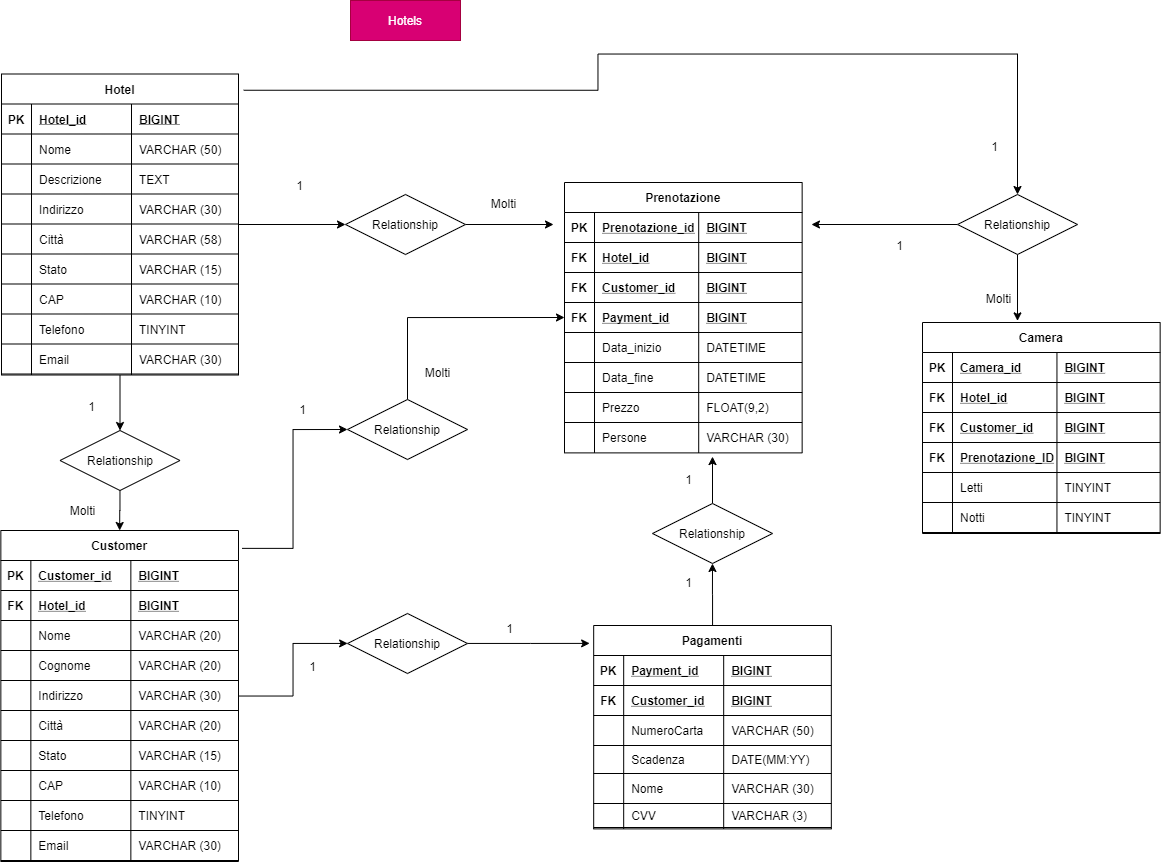
This is hotels-diagram.png from andreadau/db-first, a draw.io export, as it was before one commit. Source tidied: cells renumbered, new cells last; positions are measured from the earlier drawing's top-left corner, leaving out a move shared by most shapes.
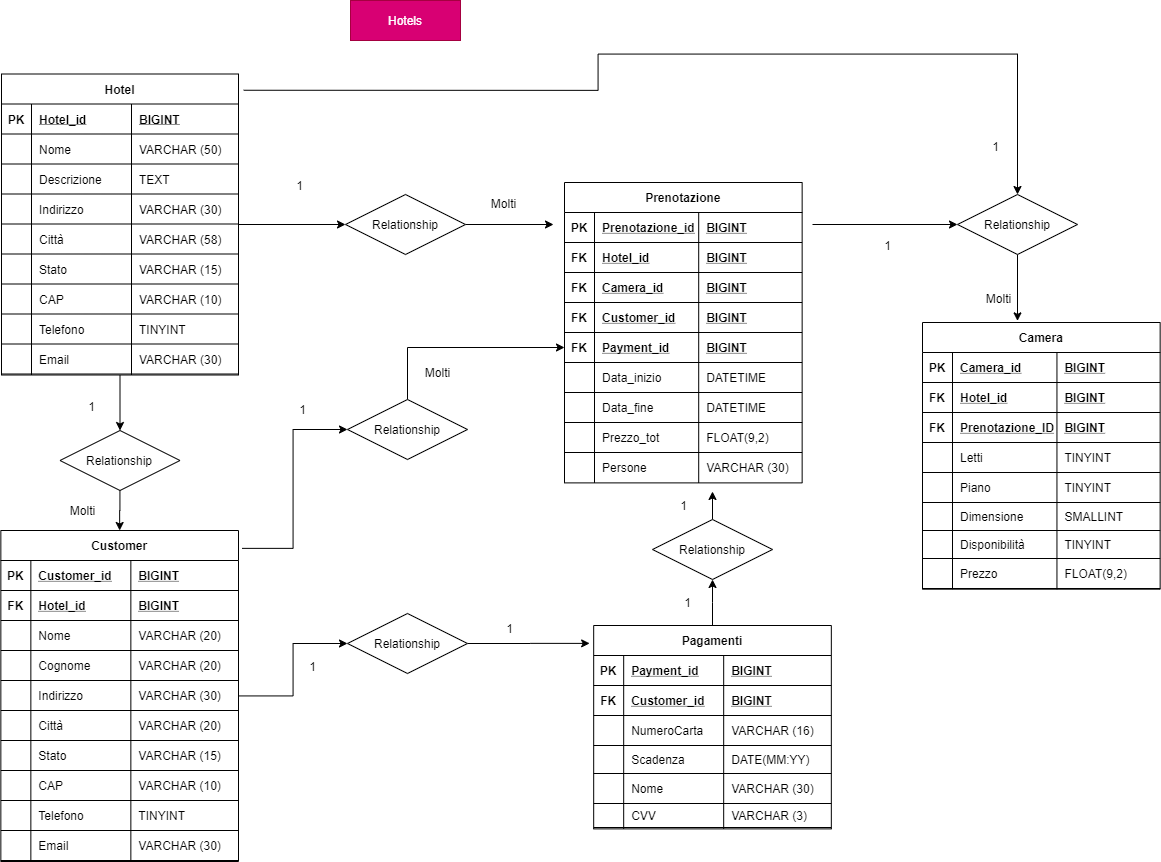
After the change.

Commit message:
Hotel DB Diagram !ADD!

Diff of the diagram source:
```diff
@@ -293,7 +293,7 @@
     <mxCell id="98" value="NumeroCarta" style="shape=partialRectangle;fillColor=none;top=0;left=0;bottom=0;right=0;align=left;spacingLeft=6;overflow=hidden;" parent="96" vertex="1">
       <mxGeometry x="30" width="100" height="30" as="geometry" />
     </mxCell>
-    <mxCell id="99" value="VARCHAR (50)" style="shape=partialRectangle;fillColor=none;top=0;left=0;bottom=0;right=0;align=left;spacingLeft=6;overflow=hidden;" parent="96" vertex="1">
+    <mxCell id="99" value="VARCHAR (16)" style="shape=partialRectangle;fillColor=none;top=0;left=0;bottom=0;right=0;align=left;spacingLeft=6;overflow=hidden;" parent="96" vertex="1">
       <mxGeometry x="130" width="107.6" height="30" as="geometry" />
     </mxCell>
     <mxCell id="100" style="shape=partialRectangle;fillColor=none;top=1;left=0;bottom=1;right=0;" parent="87" vertex="1">
@@ -333,7 +333,7 @@
       <mxGeometry x="130" width="107.6" height="24" as="geometry" />
     </mxCell>
     <mxCell id="112" value="Camera" style="shape=table;startSize=30;rowLines=0;fontStyle=1;align=center;" parent="1" vertex="1">
-      <mxGeometry x="922" y="322" width="237.7" height="211" as="geometry" />
+      <mxGeometry x="922" y="322" width="237.7" height="266.7" as="geometry" />
     </mxCell>
     <mxCell id="113" style="shape=partialRectangle;fillColor=none;top=0;left=0;bottom=1;right=0;" parent="112" vertex="1">
       <mxGeometry y="30" width="237.7" height="30" as="geometry" />
@@ -359,20 +359,8 @@
     <mxCell id="120" value="BIGINT" style="shape=partialRectangle;fillColor=none;top=0;left=0;bottom=0;right=0;align=left;spacingLeft=6;fontStyle=5;overflow=hidden;" parent="117" vertex="1">
       <mxGeometry x="134.5" width="103.2" height="30" as="geometry" />
     </mxCell>
-    <mxCell id="121" style="shape=partialRectangle;fillColor=none;top=0;left=0;bottom=1;right=0;" parent="112" vertex="1">
-      <mxGeometry y="90" width="237.7" height="30" as="geometry" />
-    </mxCell>
-    <mxCell id="122" value="FK" style="shape=partialRectangle;fillColor=none;top=0;left=0;bottom=0;right=0;fontStyle=1;overflow=hidden;" parent="121" vertex="1">
-      <mxGeometry width="30" height="30" as="geometry" />
-    </mxCell>
-    <mxCell id="123" value="Customer_id" style="shape=partialRectangle;fillColor=none;top=0;left=0;bottom=0;right=0;align=left;spacingLeft=6;fontStyle=5;overflow=hidden;" parent="121" vertex="1">
-      <mxGeometry x="30" width="104.5" height="30" as="geometry" />
-    </mxCell>
-    <mxCell id="124" value="BIGINT" style="shape=partialRectangle;fillColor=none;top=0;left=0;bottom=0;right=0;align=left;spacingLeft=6;fontStyle=5;overflow=hidden;" parent="121" vertex="1">
-      <mxGeometry x="134.5" width="103.2" height="30" as="geometry" />
-    </mxCell>
     <mxCell id="125" style="shape=partialRectangle;fillColor=none;top=0;left=0;bottom=1;right=0;" parent="112" vertex="1">
-      <mxGeometry y="120" width="237.7" height="30" as="geometry" />
+      <mxGeometry y="90" width="237.7" height="30" as="geometry" />
     </mxCell>
     <mxCell id="126" value="FK" style="shape=partialRectangle;fillColor=none;top=0;left=0;bottom=0;right=0;fontStyle=1;overflow=hidden;" parent="125" vertex="1">
       <mxGeometry width="30" height="30" as="geometry" />
@@ -384,7 +372,7 @@
       <mxGeometry x="134.5" width="103.2" height="30" as="geometry" />
     </mxCell>
     <mxCell id="129" style="shape=partialRectangle;fillColor=none;top=0;left=0;bottom=0;right=0;" parent="112" vertex="1">
-      <mxGeometry y="150" width="237.7" height="30" as="geometry" />
+      <mxGeometry y="120" width="237.7" height="30" as="geometry" />
     </mxCell>
     <mxCell id="130" style="shape=partialRectangle;fillColor=none;top=0;left=0;bottom=0;right=0;overflow=hidden;" parent="129" vertex="1">
       <mxGeometry width="30" height="30" as="geometry" />
@@ -395,18 +383,54 @@
     <mxCell id="132" value="TINYINT" style="shape=partialRectangle;fillColor=none;top=0;left=0;bottom=0;right=0;align=left;spacingLeft=6;overflow=hidden;" parent="129" vertex="1">
       <mxGeometry x="134.5" width="103.2" height="30" as="geometry" />
     </mxCell>
-    <mxCell id="133" style="shape=partialRectangle;fillColor=none;top=1;left=0;bottom=1;right=0;" parent="112" vertex="1">
-      <mxGeometry y="180" width="237.7" height="30" as="geometry" />
-    </mxCell>
-    <mxCell id="134" style="shape=partialRectangle;fillColor=none;top=0;left=0;bottom=0;right=0;overflow=hidden;" parent="133" vertex="1">
-      <mxGeometry width="30" height="30" as="geometry" />
-    </mxCell>
-    <mxCell id="135" value="Notti" style="shape=partialRectangle;fillColor=none;top=0;left=0;bottom=0;right=0;align=left;spacingLeft=6;overflow=hidden;" parent="133" vertex="1">
-      <mxGeometry x="30" width="104.5" height="30" as="geometry" />
-    </mxCell>
+    <mxCell id="196" style="shape=partialRectangle;fillColor=none;top=1;left=0;bottom=1;right=0;" parent="112" vertex="1">
+      <mxGeometry y="150" width="237.7" height="30" as="geometry" />
+    </mxCell>
+    <mxCell id="197" style="shape=partialRectangle;fillColor=none;top=0;left=0;bottom=0;right=0;overflow=hidden;" parent="196" vertex="1">
+      <mxGeometry width="30" height="30" as="geometry" />
+    </mxCell>
+    <mxCell id="198" value="Piano" style="shape=partialRectangle;fillColor=none;top=0;left=0;bottom=0;right=0;align=left;spacingLeft=6;overflow=hidden;" parent="196" vertex="1">
+      <mxGeometry x="30" width="104.5" height="30" as="geometry" />
+    </mxCell>
-    <mxCell id="136" value="TINYINT" style="shape=partialRectangle;fillColor=none;top=0;left=0;bottom=0;right=0;align=left;spacingLeft=6;overflow=hidden;" parent="133" vertex="1">
+    <mxCell id="136" value="TINYINT" style="shape=partialRectangle;fillColor=none;top=0;left=0;bottom=0;right=0;align=left;spacingLeft=6;overflow=hidden;" parent="196" vertex="1">
       <mxGeometry x="134.5" width="103.2" height="30" as="geometry" />
     </mxCell>
+    <mxCell id="199" style="shape=partialRectangle;fillColor=none;top=1;left=0;bottom=1;right=0;" parent="112" vertex="1">
+      <mxGeometry y="180" width="237.7" height="28" as="geometry" />
+    </mxCell>
+    <mxCell id="200" style="shape=partialRectangle;fillColor=none;top=0;left=0;bottom=0;right=0;overflow=hidden;" parent="199" vertex="1">
+      <mxGeometry width="30" height="28" as="geometry" />
+    </mxCell>
+    <mxCell id="201" value="Dimensione" style="shape=partialRectangle;fillColor=none;top=0;left=0;bottom=0;right=0;align=left;spacingLeft=6;overflow=hidden;" parent="199" vertex="1">
+      <mxGeometry x="30" width="104.5" height="28" as="geometry" />
+    </mxCell>
+    <mxCell id="202" value="SMALLINT" style="shape=partialRectangle;fillColor=none;top=0;left=0;bottom=0;right=0;align=left;spacingLeft=6;overflow=hidden;" parent="199" vertex="1">
+      <mxGeometry x="134.5" width="103.2" height="28" as="geometry" />
+    </mxCell>
+    <mxCell id="203" style="shape=partialRectangle;fillColor=none;top=1;left=0;bottom=1;right=0;" parent="112" vertex="1">
+      <mxGeometry y="208" width="237.7" height="28" as="geometry" />
+    </mxCell>
+    <mxCell id="204" style="shape=partialRectangle;fillColor=none;top=0;left=0;bottom=0;right=0;overflow=hidden;" parent="203" vertex="1">
+      <mxGeometry width="30" height="28" as="geometry" />
+    </mxCell>
+    <mxCell id="205" value="Disponibilità" style="shape=partialRectangle;fillColor=none;top=0;left=0;bottom=0;right=0;align=left;spacingLeft=6;overflow=hidden;" parent="203" vertex="1">
+      <mxGeometry x="30" width="104.5" height="28" as="geometry" />
+    </mxCell>
+    <mxCell id="206" value="TINYINT" style="shape=partialRectangle;fillColor=none;top=0;left=0;bottom=0;right=0;align=left;spacingLeft=6;overflow=hidden;" parent="203" vertex="1">
+      <mxGeometry x="134.5" width="103.2" height="28" as="geometry" />
+    </mxCell>
+    <mxCell id="207" style="shape=partialRectangle;fillColor=none;top=1;left=0;bottom=1;right=0;" parent="112" vertex="1">
+      <mxGeometry y="236" width="237.7" height="30" as="geometry" />
+    </mxCell>
+    <mxCell id="208" style="shape=partialRectangle;fillColor=none;top=0;left=0;bottom=0;right=0;overflow=hidden;" parent="207" vertex="1">
+      <mxGeometry width="30" height="30" as="geometry" />
+    </mxCell>
+    <mxCell id="209" value="Prezzo" style="shape=partialRectangle;fillColor=none;top=0;left=0;bottom=0;right=0;align=left;spacingLeft=6;overflow=hidden;" parent="207" vertex="1">
+      <mxGeometry x="30" width="104.5" height="30" as="geometry" />
+    </mxCell>
+    <mxCell id="210" value="FLOAT(9,2)" style="shape=partialRectangle;fillColor=none;top=0;left=0;bottom=0;right=0;align=left;spacingLeft=6;overflow=hidden;" parent="207" vertex="1">
+      <mxGeometry x="134.5" width="103.2" height="30" as="geometry" />
+    </mxCell>
     <mxCell id="137" style="edgeStyle=orthogonalEdgeStyle;rounded=0;jettySize=auto;html=1;" parent="1" edge="1" source="138">
       <mxGeometry relative="1" as="geometry">
         <mxPoint x="553" y="224" as="targetPoint" />
@@ -423,11 +447,11 @@
     </mxCell>
     <mxCell id="141" style="edgeStyle=orthogonalEdgeStyle;rounded=0;jettySize=auto;html=1;" parent="1" edge="1" source="142">
       <mxGeometry relative="1" as="geometry">
-        <mxPoint x="712" y="456.1" as="targetPoint" />
+        <mxPoint x="712" y="491" as="targetPoint" />
       </mxGeometry>
     </mxCell>
     <mxCell id="142" value="Relationship" style="shape=rhombus;perimeter=rhombusPerimeter;whiteSpace=wrap;html=1;align=center;" parent="1" vertex="1">
-      <mxGeometry x="652" y="503" width="120" height="60" as="geometry" />
+      <mxGeometry x="652" y="519" width="120" height="60" as="geometry" />
     </mxCell>
     <mxCell id="143" style="edgeStyle=orthogonalEdgeStyle;rounded=0;jettySize=auto;html=1;entryX=0.5;entryY=0;entryDx=0;entryDy=0;" parent="1" edge="1" source="144" target="45">
       <mxGeometry relative="1" as="geometry" />
@@ -454,10 +478,10 @@
       <mxGeometry x="419" y="363" width="35" height="18" as="geometry" />
     </mxCell>
     <mxCell id="151" value="1" style="text;html=1;align=center;verticalAlign=middle;" parent="1" vertex="1">
-      <mxGeometry x="679" y="573" width="17" height="18" as="geometry" />
+      <mxGeometry x="678" y="593" width="17" height="18" as="geometry" />
     </mxCell>
     <mxCell id="152" value="1" style="text;html=1;align=center;verticalAlign=middle;" parent="1" vertex="1">
-      <mxGeometry x="679" y="470" width="17" height="18" as="geometry" />
+      <mxGeometry x="674.3" y="496" width="17" height="18" as="geometry" />
     </mxCell>
     <mxCell id="153" value="1" style="text;html=1;align=center;verticalAlign=middle;" parent="1" vertex="1">
       <mxGeometry x="500" y="619" width="17" height="18" as="geometry" />
@@ -471,8 +495,13 @@
     <mxCell id="156" value="Molti" style="text;html=1;align=center;verticalAlign=middle;" parent="1" vertex="1">
       <mxGeometry x="64" y="501" width="35" height="18" as="geometry" />
     </mxCell>
+    <mxCell id="211" style="edgeStyle=orthogonalEdgeStyle;rounded=0;jettySize=auto;html=1;" parent="1" edge="1" target="192">
+      <mxGeometry relative="1" as="geometry">
+        <mxPoint x="812" y="224" as="sourcePoint" />
+      </mxGeometry>
+    </mxCell>
     <mxCell id="157" value="Prenotazione" style="shape=table;startSize=30;rowLines=0;fontStyle=1;align=center;" parent="1" vertex="1">
-      <mxGeometry x="564" y="182" width="237.7" height="270.4" as="geometry" />
+      <mxGeometry x="564" y="182" width="237.7" height="300.4" as="geometry" />
     </mxCell>
     <mxCell id="158" style="shape=partialRectangle;fillColor=none;top=0;left=0;bottom=1;right=0;" parent="157" vertex="1">
       <mxGeometry y="30" width="237.7" height="30" as="geometry" />
@@ -498,8 +527,20 @@
     <mxCell id="165" value="BIGINT" style="shape=partialRectangle;fillColor=none;top=0;left=0;bottom=0;right=0;align=left;spacingLeft=6;fontStyle=5;overflow=hidden;" parent="162" vertex="1">
       <mxGeometry x="134.2" width="103.5" height="30" as="geometry" />
     </mxCell>
+    <mxCell id="121" style="shape=partialRectangle;fillColor=none;top=0;left=0;bottom=1;right=0;" parent="157" vertex="1">
+      <mxGeometry y="90" width="237.7" height="30" as="geometry" />
+    </mxCell>
+    <mxCell id="122" value="FK" style="shape=partialRectangle;fillColor=none;top=0;left=0;bottom=0;right=0;fontStyle=1;overflow=hidden;" parent="121" vertex="1">
+      <mxGeometry width="30" height="30" as="geometry" />
+    </mxCell>
+    <mxCell id="212" value="Camera_id" style="shape=partialRectangle;fillColor=none;top=0;left=0;bottom=0;right=0;align=left;spacingLeft=6;fontStyle=5;overflow=hidden;" parent="121" vertex="1">
+      <mxGeometry x="30" width="104.2" height="30" as="geometry" />
+    </mxCell>
+    <mxCell id="124" value="BIGINT" style="shape=partialRectangle;fillColor=none;top=0;left=0;bottom=0;right=0;align=left;spacingLeft=6;fontStyle=5;overflow=hidden;" parent="121" vertex="1">
+      <mxGeometry x="134.2" width="103.5" height="30" as="geometry" />
+    </mxCell>
     <mxCell id="166" style="shape=partialRectangle;fillColor=none;top=0;left=0;bottom=1;right=0;" parent="157" vertex="1">
-      <mxGeometry y="90" width="237.7" height="30" as="geometry" />
+      <mxGeometry y="120" width="237.7" height="30" as="geometry" />
     </mxCell>
     <mxCell id="167" value="FK" style="shape=partialRectangle;fillColor=none;top=0;left=0;bottom=0;right=0;fontStyle=1;overflow=hidden;" parent="166" vertex="1">
       <mxGeometry width="30" height="30" as="geometry" />
@@ -511,7 +552,7 @@
       <mxGeometry x="134.2" width="103.5" height="30" as="geometry" />
     </mxCell>
     <mxCell id="170" style="shape=partialRectangle;fillColor=none;top=0;left=0;bottom=1;right=0;points=[[0,0.5],[1,0.5]];portConstraint=eastwest;" parent="157" vertex="1">
-      <mxGeometry y="120" width="237.7" height="30" as="geometry" />
+      <mxGeometry y="150" width="237.7" height="30" as="geometry" />
     </mxCell>
     <mxCell id="171" value="FK" style="shape=partialRectangle;fillColor=none;top=0;left=0;bottom=0;right=0;fontStyle=1;overflow=hidden;" parent="170" vertex="1">
       <mxGeometry width="30" height="30" as="geometry" />
@@ -523,7 +564,7 @@
       <mxGeometry x="134.2" width="103.5" height="30" as="geometry" />
     </mxCell>
     <mxCell id="174" style="shape=partialRectangle;fillColor=none;top=0;left=0;bottom=0;right=0;" parent="157" vertex="1">
-      <mxGeometry y="150" width="237.7" height="30" as="geometry" />
+      <mxGeometry y="180" width="237.7" height="30" as="geometry" />
     </mxCell>
     <mxCell id="175" style="shape=partialRectangle;fillColor=none;top=0;left=0;bottom=0;right=0;overflow=hidden;" parent="174" vertex="1">
       <mxGeometry width="30" height="30" as="geometry" />
@@ -535,7 +576,7 @@
       <mxGeometry x="134.2" width="103.5" height="30" as="geometry" />
     </mxCell>
     <mxCell id="178" style="shape=partialRectangle;fillColor=none;top=1;left=0;bottom=1;right=0;" parent="157" vertex="1">
-      <mxGeometry y="180" width="237.7" height="30" as="geometry" />
+      <mxGeometry y="210" width="237.7" height="30" as="geometry" />
     </mxCell>
     <mxCell id="179" style="shape=partialRectangle;fillColor=none;top=0;left=0;bottom=0;right=0;overflow=hidden;" parent="178" vertex="1">
       <mxGeometry width="30" height="30" as="geometry" />
@@ -547,19 +588,19 @@
       <mxGeometry x="134.2" width="103.5" height="30" as="geometry" />
     </mxCell>
     <mxCell id="182" style="shape=partialRectangle;fillColor=none;top=1;left=0;bottom=1;right=0;" parent="157" vertex="1">
-      <mxGeometry y="210" width="237.7" height="30" as="geometry" />
+      <mxGeometry y="240" width="237.7" height="30" as="geometry" />
     </mxCell>
     <mxCell id="183" style="shape=partialRectangle;fillColor=none;top=0;left=0;bottom=0;right=0;overflow=hidden;" parent="182" vertex="1">
       <mxGeometry width="30" height="30" as="geometry" />
     </mxCell>
-    <mxCell id="184" value="Prezzo" style="shape=partialRectangle;fillColor=none;top=0;left=0;bottom=0;right=0;align=left;spacingLeft=6;overflow=hidden;" parent="182" vertex="1">
+    <mxCell id="184" value="Prezzo_tot" style="shape=partialRectangle;fillColor=none;top=0;left=0;bottom=0;right=0;align=left;spacingLeft=6;overflow=hidden;" parent="182" vertex="1">
       <mxGeometry x="30" width="104.2" height="30" as="geometry" />
     </mxCell>
     <mxCell id="185" value="FLOAT(9,2)" style="shape=partialRectangle;fillColor=none;top=0;left=0;bottom=0;right=0;align=left;spacingLeft=6;overflow=hidden;" parent="182" vertex="1">
       <mxGeometry x="134.2" width="103.5" height="30" as="geometry" />
     </mxCell>
     <mxCell id="186" style="shape=partialRectangle;fillColor=none;top=0;left=0;bottom=0;right=0;" parent="157" vertex="1">
-      <mxGeometry y="240" width="237.7" height="30" as="geometry" />
+      <mxGeometry y="270" width="237.7" height="30" as="geometry" />
     </mxCell>
     <mxCell id="187" style="shape=partialRectangle;fillColor=none;top=0;left=0;bottom=0;right=0;overflow=hidden;" parent="186" vertex="1">
       <mxGeometry width="30" height="30" as="geometry" />
@@ -575,16 +616,11 @@
         <mxPoint x="1017" y="320.4" as="targetPoint" />
       </mxGeometry>
     </mxCell>
-    <mxCell id="191" style="edgeStyle=orthogonalEdgeStyle;rounded=0;jettySize=auto;html=1;" parent="1" edge="1" source="192">
-      <mxGeometry relative="1" as="geometry">
-        <mxPoint x="811" y="224" as="targetPoint" />
-      </mxGeometry>
-    </mxCell>
     <mxCell id="192" value="Relationship" style="shape=rhombus;perimeter=rhombusPerimeter;whiteSpace=wrap;html=1;align=center;" parent="1" vertex="1">
       <mxGeometry x="957" y="194" width="120" height="60" as="geometry" />
     </mxCell>
     <mxCell id="193" value="1" style="text;html=1;align=center;verticalAlign=middle;" parent="1" vertex="1">
-      <mxGeometry x="891" y="236" width="17" height="18" as="geometry" />
+      <mxGeometry x="878" y="236" width="17" height="18" as="geometry" />
     </mxCell>
     <mxCell id="194" value="Molti" style="text;html=1;align=center;verticalAlign=middle;" parent="1" vertex="1">
       <mxGeometry x="980" y="289" width="35" height="18" as="geometry" />
```
